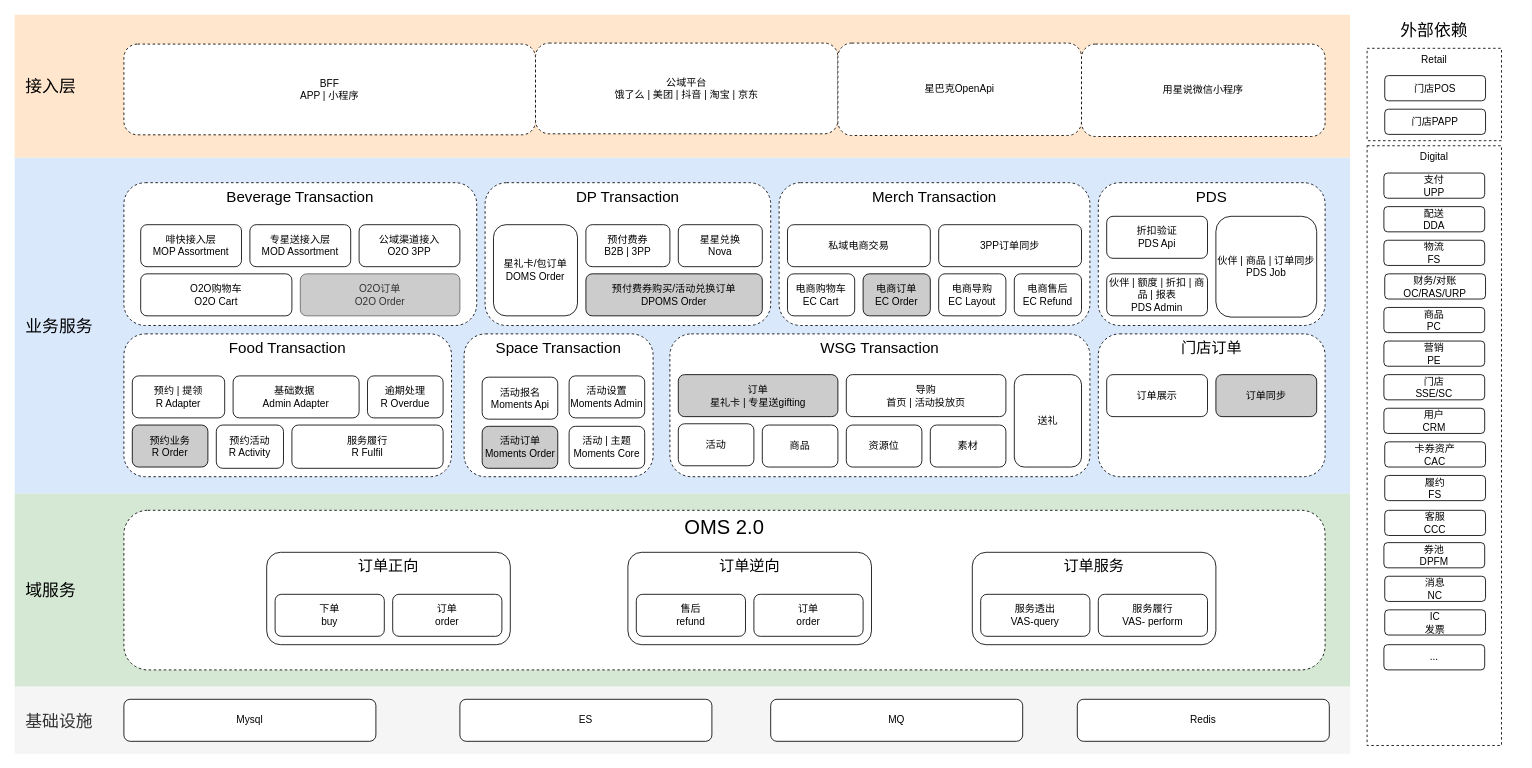
The draw.io diagram page "目标技术架构" (2 of 5) of OMS2.0业务架构.drawio in alexzhang2015/PC2.0, before the edit. Source tidied: cells renumbered, new cells numbered last; positions are measured from the earlier drawing's top-left corner, leaving out a move shared by most shapes. Both pictures are drawn from the tidied source at 84%, with x=0, y=0 at pixel (14, 14).
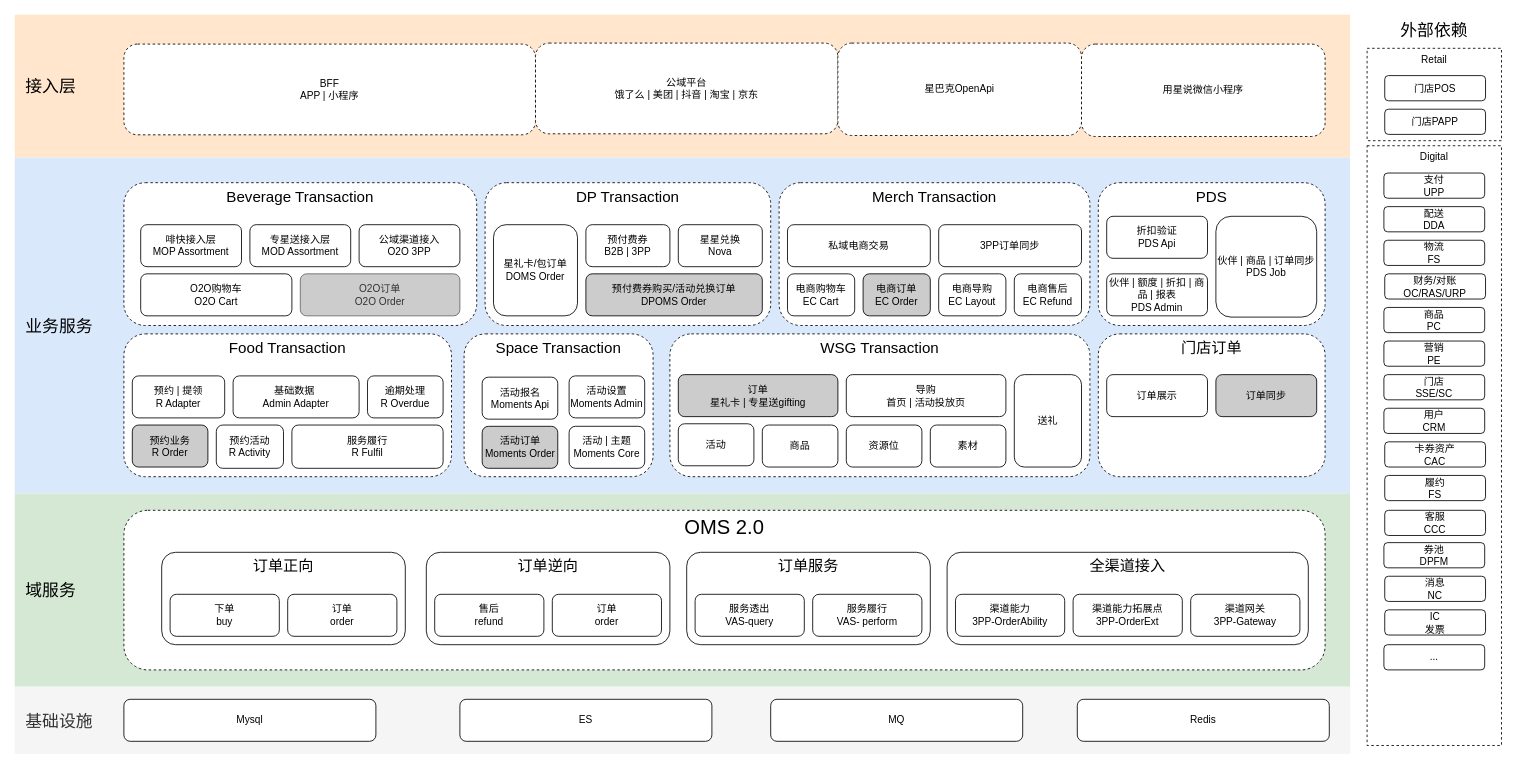
The same page after the edit.

Commit message:
更新OMS2.0业务架构.drawio

What changed in the source:
```diff
@@
     <mxCell id="9" value="&lt;span style=&quot;font-size: 18px;&quot;&gt;订单正向&lt;/span&gt;" style="rounded=1;whiteSpace=wrap;html=1;verticalAlign=top;" parent="1" vertex="1">
-      <mxGeometry x="300" y="640" width="290" height="110" as="geometry" />
+      <mxGeometry x="175" y="640" width="290" height="110" as="geometry" />
     </mxCell>
     <mxCell id="10" value="下单&lt;div&gt;buy&lt;/div&gt;" style="rounded=1;whiteSpace=wrap;html=1;" parent="1" vertex="1">
-      <mxGeometry x="310" y="690" width="130" height="50" as="geometry" />
+      <mxGeometry x="185" y="690" width="130" height="50" as="geometry" />
     </mxCell>
     <mxCell id="11" value="&lt;font style=&quot;font-size: 18px;&quot;&gt;订单服务&lt;/font&gt;" style="rounded=1;whiteSpace=wrap;html=1;verticalAlign=top;" parent="1" vertex="1">
-      <mxGeometry x="1140" y="640" width="290" height="110" as="geometry" />
+      <mxGeometry x="800" y="640" width="290" height="110" as="geometry" />
     </mxCell>
     <mxCell id="12" value="订单&lt;div&gt;order&lt;/div&gt;" style="rounded=1;whiteSpace=wrap;html=1;" parent="1" vertex="1">
-      <mxGeometry x="450" y="690" width="130" height="50" as="geometry" />
+      <mxGeometry x="325" y="690" width="130" height="50" as="geometry" />
     </mxCell>
     <mxCell id="13" value="&lt;span style=&quot;font-size: 18px;&quot;&gt;订单逆向&lt;/span&gt;" style="rounded=1;whiteSpace=wrap;html=1;verticalAlign=top;" parent="1" vertex="1">
-      <mxGeometry x="730" y="640" width="290" height="110" as="geometry" />
+      <mxGeometry x="490" y="640" width="290" height="110" as="geometry" />
     </mxCell>
     <mxCell id="14" value="售后&lt;div&gt;refund&lt;/div&gt;" style="rounded=1;whiteSpace=wrap;html=1;" parent="1" vertex="1">
-      <mxGeometry x="740" y="690" width="130" height="50" as="geometry" />
+      <mxGeometry x="500" y="690" width="130" height="50" as="geometry" />
     </mxCell>
     <mxCell id="15" value="订单&lt;div&gt;order&lt;/div&gt;" style="rounded=1;whiteSpace=wrap;html=1;" parent="1" vertex="1">
-      <mxGeometry x="880" y="690" width="130" height="50" as="geometry" />
+      <mxGeometry x="640" y="690" width="130" height="50" as="geometry" />
     </mxCell>
     <mxCell id="16" value="服务透出&lt;div&gt;VAS-query&lt;/div&gt;" style="rounded=1;whiteSpace=wrap;html=1;" parent="1" vertex="1">
-      <mxGeometry x="1150" y="690" width="130" height="50" as="geometry" />
+      <mxGeometry x="810" y="690" width="130" height="50" as="geometry" />
     </mxCell>
     <mxCell id="17" value="服务履行&lt;div&gt;VAS- perform&lt;br&gt;&lt;/div&gt;" style="rounded=1;whiteSpace=wrap;html=1;" parent="1" vertex="1">
-      <mxGeometry x="1290" y="690" width="130" height="50" as="geometry" />
+      <mxGeometry x="950" y="690" width="130" height="50" as="geometry" />
     </mxCell>
@@
+    <mxCell id="89" value="&lt;span style=&quot;font-size: 18px;&quot;&gt;全渠道接入&lt;/span&gt;" style="rounded=1;whiteSpace=wrap;html=1;verticalAlign=top;" parent="1" vertex="1">
+      <mxGeometry x="1110" y="640" width="430" height="110" as="geometry" />
+    </mxCell>
+    <mxCell id="90" value="渠道能力&lt;div&gt;3PP-OrderAbility&lt;/div&gt;" style="rounded=1;whiteSpace=wrap;html=1;" parent="1" vertex="1">
+      <mxGeometry x="1120" y="690" width="130" height="50" as="geometry" />
+    </mxCell>
+    <mxCell id="91" value="&lt;div&gt;渠道能力拓展点&lt;/div&gt;&lt;div&gt;3PP-OrderExt&lt;/div&gt;" style="rounded=1;whiteSpace=wrap;html=1;" parent="1" vertex="1">
+      <mxGeometry x="1260" y="690" width="130" height="50" as="geometry" />
+    </mxCell>
+    <mxCell id="92" value="&lt;div&gt;渠道网关&lt;/div&gt;&lt;div&gt;3PP-Gateway&lt;/div&gt;" style="rounded=1;whiteSpace=wrap;html=1;" parent="1" vertex="1">
+      <mxGeometry x="1400" y="690" width="130" height="50" as="geometry" />
+    </mxCell>
```
